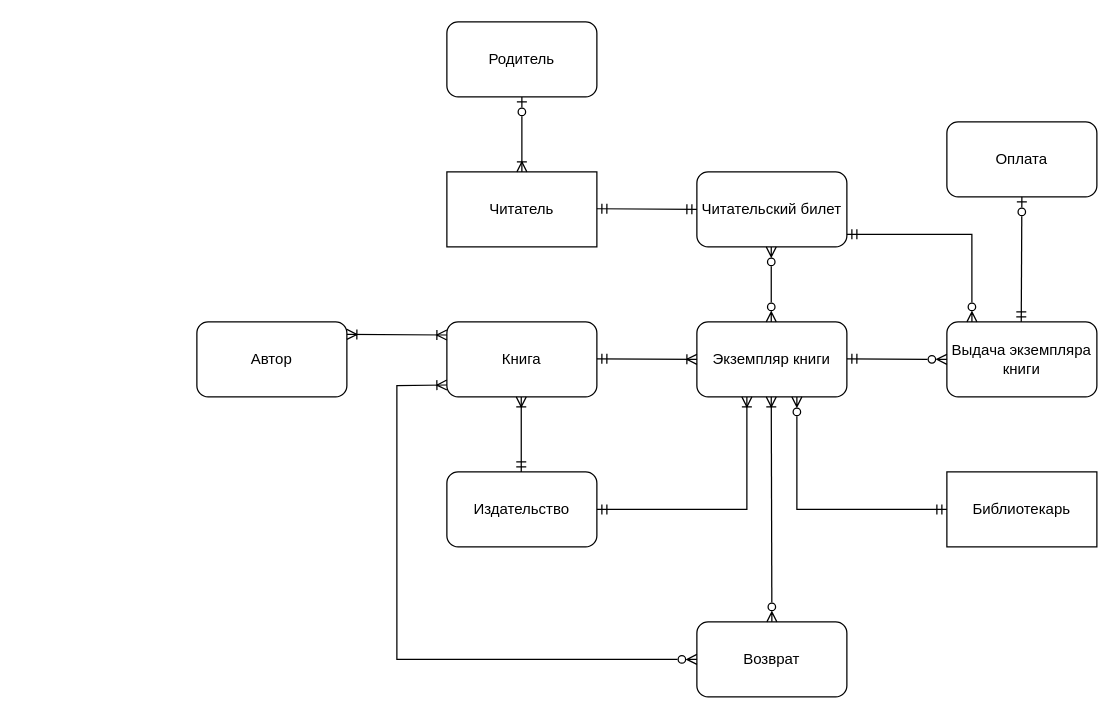
Earlier version of the draw.io diagram Задание1_Яковенко (2 версия).drawio (valentinayakov/DB_edu). Source tidied: cells renumbered, new cells numbered last; positions are measured from the earlier drawing's top-left corner, leaving out a move shared by most shapes. Both pictures are drawn from the tidied source at 125%, with x=0, y=0 at pixel (196, 21).
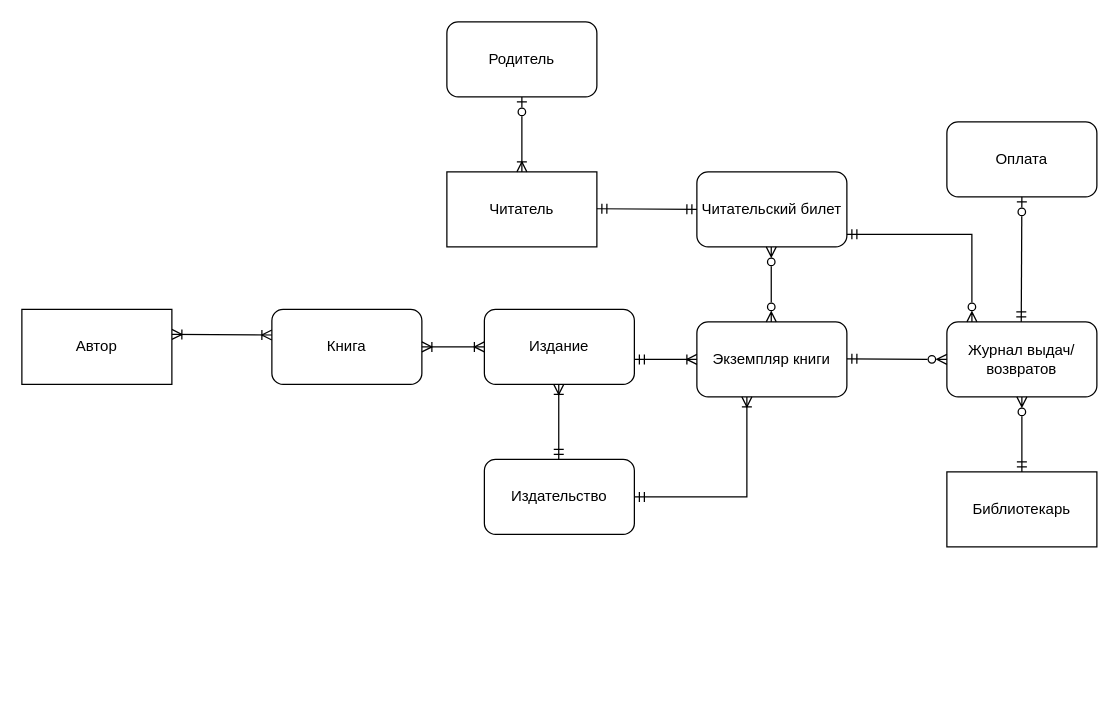
Above is the later version.

Unchanged cells that the change refers to:
```xml
<mxCell id="21" value="Библиотекарь" style="rounded=0;whiteSpace=wrap;html=1;" parent="1" vertex="1">
  <mxGeometry x="600" y="360" width="120" height="60" as="geometry" />
</mxCell>
```

Change to the diagram source:
```diff
@@
     <mxCell id="9" value="Книга" style="rounded=1;whiteSpace=wrap;html=1;" parent="1" vertex="1">
-      <mxGeometry x="200" y="240" width="120" height="60" as="geometry" />
+      <mxGeometry x="60" y="230" width="120" height="60" as="geometry" />
     </mxCell>
     <mxCell id="10" style="endArrow=ERoneToMany;html=1;rounded=0;entryX=0;entryY=0.5;entryDx=0;entryDy=0;endFill=0;startArrow=ERmandOne;startFill=0;" parent="1" edge="1">
       <mxGeometry relative="1" as="geometry">
-        <mxPoint x="320" y="269.5" as="sourcePoint" />
+        <mxPoint x="350" y="270" as="sourcePoint" />
         <mxPoint x="400" y="270" as="targetPoint" />
       </mxGeometry>
     </mxCell>
-    <mxCell id="11" value="Автор" style="rounded=1;whiteSpace=wrap;html=1;" parent="1" vertex="1">
-      <mxGeometry y="240" width="120" height="60" as="geometry" />
-    </mxCell>
     <mxCell id="12" style="endArrow=ERoneToMany;html=1;rounded=0;entryX=0;entryY=0.5;entryDx=0;entryDy=0;endFill=0;startArrow=ERoneToMany;startFill=0;" parent="1" edge="1">
       <mxGeometry relative="1" as="geometry">
-        <mxPoint x="120" y="250" as="sourcePoint" />
-        <mxPoint x="200" y="250.5" as="targetPoint" />
+        <mxPoint x="-20" y="250" as="sourcePoint" />
+        <mxPoint x="60" y="250.5" as="targetPoint" />
       </mxGeometry>
     </mxCell>
-    <mxCell id="13" value="Выдача экземпляра книги" style="rounded=1;whiteSpace=wrap;html=1;" parent="1" vertex="1">
+    <mxCell id="13" value="Журнал выдач/возвратов" style="rounded=1;whiteSpace=wrap;html=1;" parent="1" vertex="1">
       <mxGeometry x="600" y="240" width="120" height="60" as="geometry" />
     </mxCell>
@@
     <mxCell id="18" value="Издательство" style="rounded=1;whiteSpace=wrap;html=1;" parent="1" vertex="1">
-      <mxGeometry x="200" y="360" width="120" height="60" as="geometry" />
+      <mxGeometry x="230" y="350" width="120" height="60" as="geometry" />
     </mxCell>
     <mxCell id="19" style="endArrow=ERmandOne;html=1;rounded=0;exitX=0.5;exitY=1;exitDx=0;exitDy=0;startArrow=ERoneToMany;startFill=0;endFill=0;" parent="1" edge="1">
       <mxGeometry relative="1" as="geometry">
-        <mxPoint x="259.5" y="300" as="sourcePoint" />
-        <mxPoint x="259.5" y="360" as="targetPoint" />
+        <mxPoint x="289.5" y="290" as="sourcePoint" />
+        <mxPoint x="289.5" y="350" as="targetPoint" />
       </mxGeometry>
     </mxCell>
     <mxCell id="20" style="endArrow=ERmandOne;html=1;rounded=0;exitX=0.5;exitY=1;exitDx=0;exitDy=0;startArrow=ERoneToMany;startFill=0;endFill=0;entryX=1;entryY=0.5;entryDx=0;entryDy=0;" parent="1" edge="1" target="18">
       <mxGeometry relative="1" as="geometry">
         <mxPoint x="440" y="300" as="sourcePoint" />
         <Array as="points">
-          <mxPoint x="440" y="390" />
+          <mxPoint x="440" y="380" />
         </Array>
       </mxGeometry>
     </mxCell>
@@
-    <mxCell id="22" style="endArrow=ERmandOne;html=1;rounded=0;exitX=0.5;exitY=1;exitDx=0;exitDy=0;startArrow=ERzeroToMany;startFill=0;endFill=0;entryX=0;entryY=0.5;entryDx=0;entryDy=0;" parent="1" edge="1" target="21">
+    <mxCell id="22" style="endArrow=ERmandOne;html=1;rounded=0;exitX=0.5;exitY=1;exitDx=0;exitDy=0;startArrow=ERzeroToMany;startFill=0;endFill=0;" parent="1" edge="1" target="21">
       <mxGeometry relative="1" as="geometry">
-        <mxPoint x="480" y="300" as="sourcePoint" />
-        <Array as="points">
-          <mxPoint x="480" y="390" />
-        </Array>
+        <mxPoint x="660" y="300" as="sourcePoint" />
       </mxGeometry>
     </mxCell>
-    <mxCell id="23" value="Возврат" style="rounded=1;whiteSpace=wrap;html=1;" parent="1" vertex="1">
-      <mxGeometry x="400" y="480" width="120" height="60" as="geometry" />
-    </mxCell>
-    <mxCell id="24" style="endArrow=ERzeroToMany;html=1;rounded=0;exitX=0.5;exitY=1;exitDx=0;exitDy=0;startArrow=ERoneToMany;startFill=0;endFill=0;entryX=0.5;entryY=0;entryDx=0;entryDy=0;" parent="1" edge="1" target="23">
-      <mxGeometry relative="1" as="geometry">
-        <mxPoint x="459.5" y="300" as="sourcePoint" />
-      </mxGeometry>
-    </mxCell>
-    <mxCell id="25" style="endArrow=ERoneToMany;html=1;rounded=0;entryX=0;entryY=0.5;entryDx=0;entryDy=0;endFill=0;startArrow=ERzeroToMany;startFill=0;exitX=0;exitY=0.5;exitDx=0;exitDy=0;" parent="1" edge="1" source="23">
-      <mxGeometry relative="1" as="geometry">
-        <mxPoint x="200" y="290.5" as="targetPoint" />
-        <Array as="points">
-          <mxPoint x="160" y="510" />
-          <mxPoint x="160" y="291" />
-        </Array>
-      </mxGeometry>
-    </mxCell>
+    <mxCell id="26" style="edgeStyle=orthogonalEdgeStyle;rounded=0;jettySize=auto;html=1;exitX=0;exitY=0.5;exitDx=0;exitDy=0;entryX=1;entryY=0.5;entryDx=0;entryDy=0;startArrow=ERoneToMany;startFill=0;endArrow=ERoneToMany;endFill=0;" parent="1" edge="1" source="27" target="9">
+      <mxGeometry relative="1" as="geometry" />
+    </mxCell>
+    <mxCell id="27" value="Издание" style="rounded=1;whiteSpace=wrap;html=1;" parent="1" vertex="1">
+      <mxGeometry x="230" y="230" width="120" height="60" as="geometry" />
+    </mxCell>
+    <mxCell id="11" value="Автор" style="rounded=0;whiteSpace=wrap;html=1;" parent="1" vertex="1">
+      <mxGeometry x="-140" y="230" width="120" height="60" as="geometry" />
+    </mxCell>
```
